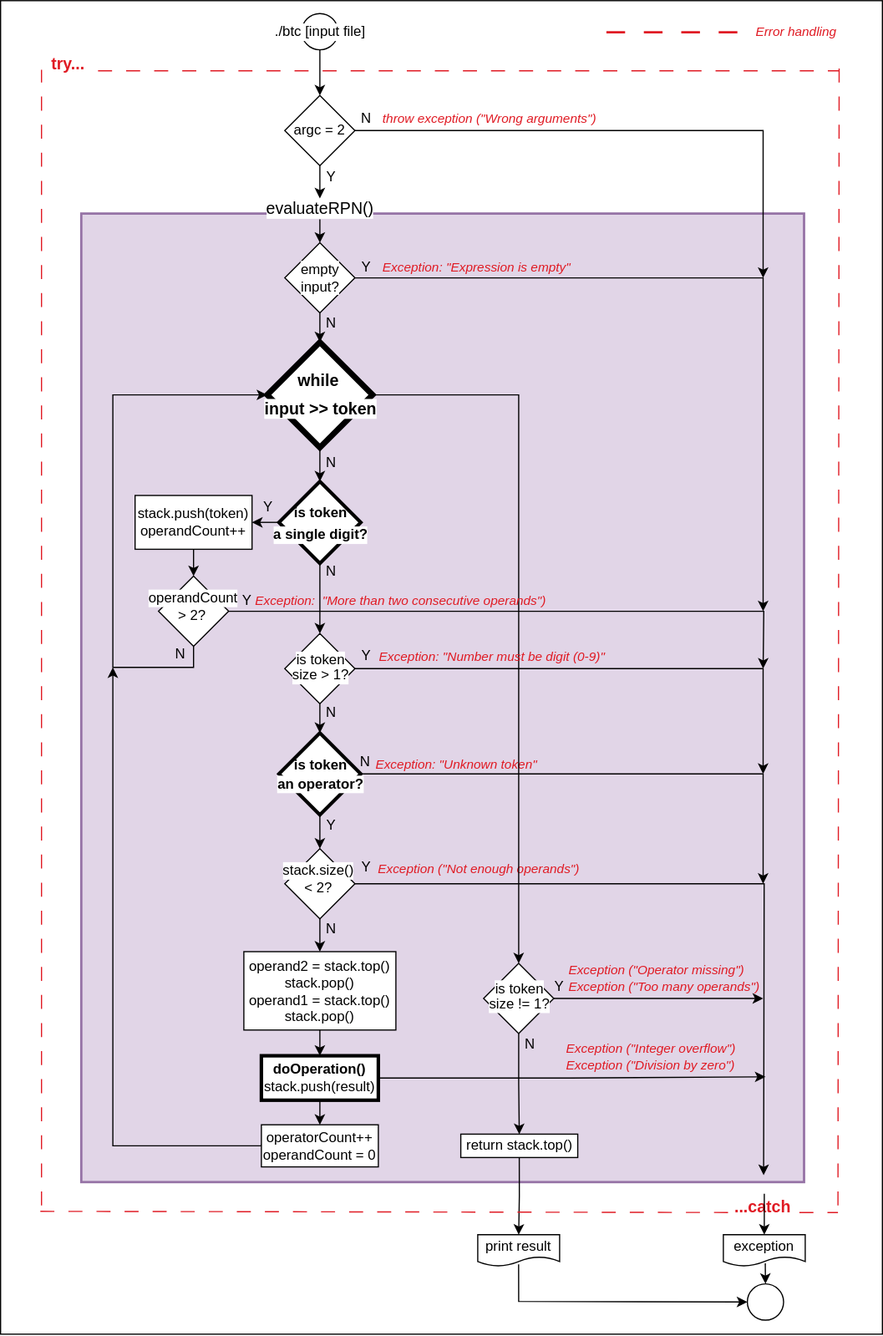
This is cpp_09/ex01/assets/RPN.svg from ccg-v/cpp_modules, a draw.io export, as it was before one commit. Source tidied: cells renumbered, new cells last; positions are measured from the earlier drawing's top-left corner, leaving out a move shared by most shapes.
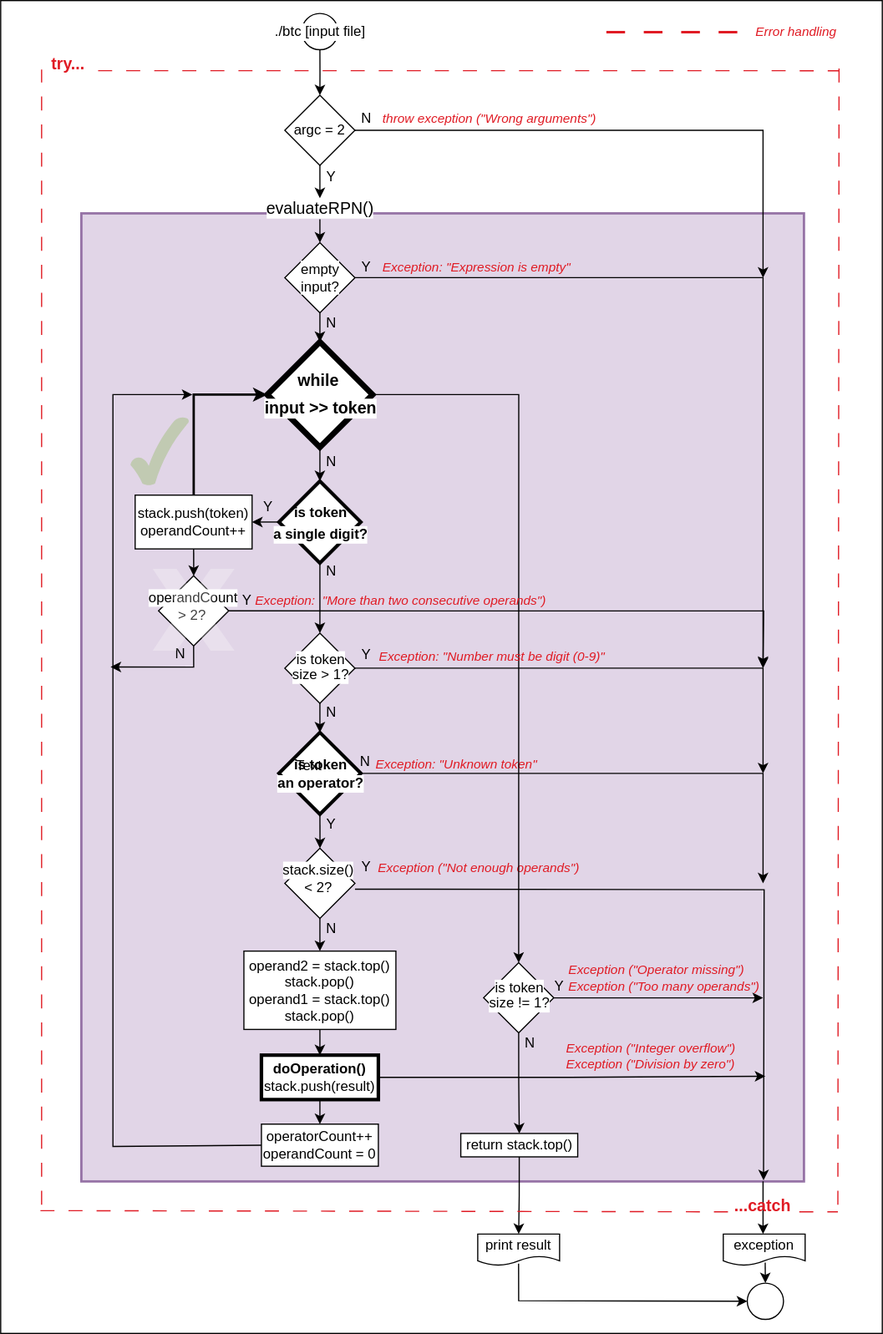
After the commit.

Commit message:
Logic modified to accept more than two consecutive operands

Change to the diagram source:
```diff
@@ -5,6 +5,12 @@
     <mxCell id="2" value="Text" style="text;strokeColor=none;align=center;fillColor=none;html=1;verticalAlign=middle;whiteSpace=wrap;rounded=0;" parent="1" vertex="1">
       <mxGeometry x="234" y="640" width="60" height="30" as="geometry" />
     </mxCell>
+    <mxCell id="107" style="verticalLabelPosition=bottom;verticalAlign=top;html=1;shape=mxgraph.basic.x;" parent="1" vertex="1">
+      <mxGeometry x="144" y="530" width="100" height="100" as="geometry" />
+    </mxCell>
+    <mxCell id="108" style="verticalLabelPosition=bottom;verticalAlign=top;html=1;shape=mxgraph.basic.x;" parent="1" vertex="1">
+      <mxGeometry x="134" y="530" width="110" height="120" as="geometry" />
+    </mxCell>
     <mxCell id="3" value="Rectangulos" parent="0" />
     <mxCell id="4" style="rounded=0;whiteSpace=wrap;html=1;" parent="3" vertex="1">
       <mxGeometry width="754" height="1140" as="geometry" />
@@ -22,12 +28,18 @@
       <mxGeometry x="69" y="182" width="618" height="828" as="geometry" />
     </mxCell>
     <mxCell id="9" value="Todo&#10;Todo" parent="0" />
+    <mxCell id="68" style="endArrow=classic;html=1;rounded=0;entryX=0.5;entryY=0;entryDx=0;entryDy=0;exitX=0.945;exitY=1;exitDx=0;exitDy=0;exitPerimeter=0;" parent="9" edge="1">
+      <mxGeometry relative="1" as="geometry">
+        <mxPoint x="652" y="1010" as="sourcePoint" />
+        <mxPoint x="652" y="1055" as="targetPoint" />
+      </mxGeometry>
+    </mxCell>
     <mxCell id="10" value="argc = 2" style="rhombus;whiteSpace=wrap;html=1;" parent="9" vertex="1">
       <mxGeometry x="243" y="81" width="60" height="60" as="geometry" />
     </mxCell>
     <mxCell id="11" style="edgeStyle=orthogonalEdgeStyle;rounded=0;jettySize=auto;html=1;exitX=1;exitY=0.5;exitDx=0;exitDy=0;" parent="9" edge="1" source="43">
       <mxGeometry relative="1" as="geometry">
-        <mxPoint x="652" y="522" as="targetPoint" />
+        <mxPoint x="652" y="570" as="targetPoint" />
         <Array as="points">
           <mxPoint x="652" y="237" />
         </Array>
@@ -48,12 +60,11 @@
     <mxCell id="16" style="edgeStyle=orthogonalEdgeStyle;rounded=0;jettySize=auto;html=1;exitX=0.5;exitY=1;exitDx=0;exitDy=0;entryX=0.5;entryY=0;entryDx=0;entryDy=0;endArrow=classic;endFill=1;" parent="9" edge="1" source="19" target="48">
       <mxGeometry relative="1" as="geometry" />
     </mxCell>
-    <mxCell id="17" style="edgeStyle=orthogonalEdgeStyle;rounded=0;jettySize=auto;html=1;exitX=0.5;exitY=1;exitDx=0;exitDy=0;entryX=0;entryY=0.5;entryDx=0;entryDy=0;" parent="9" edge="1" source="54" target="40">
+    <mxCell id="17" style="edgeStyle=orthogonalEdgeStyle;rounded=0;jettySize=auto;html=1;exitX=0.5;exitY=1;exitDx=0;exitDy=0;strokeColor=light-dark(#000000,#FF0000);" parent="9" edge="1" source="54">
       <mxGeometry relative="1" as="geometry">
+        <mxPoint x="94" y="570" as="targetPoint" />
         <Array as="points">
           <mxPoint x="165" y="570" />
-          <mxPoint x="96" y="570" />
-          <mxPoint x="96" y="337" />
         </Array>
       </mxGeometry>
     </mxCell>
@@ -69,9 +80,10 @@
     <mxCell id="21" style="rhombus;whiteSpace=wrap;html=1;labelBackgroundColor=default;strokeWidth=3;" parent="9" vertex="1">
       <mxGeometry x="238" y="626" width="70" height="70" as="geometry" />
     </mxCell>
-    <mxCell id="22" style="edgeStyle=orthogonalEdgeStyle;rounded=0;jettySize=auto;html=1;exitX=1;exitY=0.5;exitDx=0;exitDy=0;entryX=0.549;entryY=-0.03;entryDx=0;entryDy=0;entryPerimeter=0;" parent="9" edge="1" source="24">
+    <mxCell id="22" style="edgeStyle=orthogonalEdgeStyle;rounded=0;orthogonalLoop=1;jettySize=auto;html=1;exitX=1;exitY=0.5;exitDx=0;exitDy=0;entryX=0.549;entryY=-0.03;entryDx=0;entryDy=0;entryPerimeter=0;" parent="9" edge="1">
       <mxGeometry relative="1" as="geometry">
-        <mxPoint x="652.4" y="1004" as="targetPoint" />
+        <mxPoint x="303" y="760" as="sourcePoint" />
+        <mxPoint x="652.4" y="1009" as="targetPoint" />
       </mxGeometry>
     </mxCell>
     <mxCell id="23" style="edgeStyle=orthogonalEdgeStyle;rounded=0;jettySize=auto;html=1;exitX=0.5;exitY=1;exitDx=0;exitDy=0;entryX=0.5;entryY=0;entryDx=0;entryDy=0;" parent="9" edge="1" source="24" target="30">
@@ -110,12 +122,12 @@
     <mxCell id="34" value="&amp;nbsp; try...&amp;nbsp; " style="text;strokeColor=none;align=center;fillColor=none;html=1;verticalAlign=middle;whiteSpace=wrap;rounded=0;fontStyle=1;fontSize=14;labelBackgroundColor=none;spacingLeft=0;spacing=2;fontColor=#E01B24;fontFamily=Helvetica;" parent="9" vertex="1">
       <mxGeometry x="31" y="44" width="50" height="20" as="geometry" />
     </mxCell>
+    <mxCell id="36" style="ellipse;whiteSpace=wrap;html=1;" parent="9" vertex="1">
+      <mxGeometry x="638.5" y="1097" width="31" height="31" as="geometry" />
+    </mxCell>
     <mxCell id="35" value="&amp;nbsp; ...catch&amp;nbsp; " style="text;strokeColor=none;align=center;fillColor=none;html=1;verticalAlign=middle;whiteSpace=wrap;rounded=0;fontStyle=1;fontSize=14;labelBackgroundColor=none;fontColor=#E01B24;" parent="9" vertex="1">
       <mxGeometry x="615" y="1021" width="70" height="20" as="geometry" />
     </mxCell>
-    <mxCell id="36" style="ellipse;whiteSpace=wrap;html=1;" parent="9" vertex="1">
-      <mxGeometry x="638.5" y="1097" width="31" height="31" as="geometry" />
-    </mxCell>
     <mxCell id="37" style="edgeStyle=orthogonalEdgeStyle;rounded=0;jettySize=auto;html=1;entryX=0.5;entryY=0;entryDx=0;entryDy=0;" parent="9" edge="1" source="38" target="10">
       <mxGeometry relative="1" as="geometry" />
     </mxCell>
@@ -177,14 +189,21 @@
         </Array>
       </mxGeometry>
     </mxCell>
-    <mxCell id="53" style="edgeStyle=orthogonalEdgeStyle;rounded=0;jettySize=auto;html=1;exitX=1;exitY=0.5;exitDx=0;exitDy=0;" parent="9" edge="1" source="54">
+    <mxCell id="53" style="edgeStyle=orthogonalEdgeStyle;rounded=0;jettySize=auto;html=1;exitX=1;exitY=0.5;exitDx=0;exitDy=0;strokeColor=light-dark(#000000,#FF0000);" parent="9" edge="1" source="54">
       <mxGeometry relative="1" as="geometry">
         <mxPoint x="652" y="571" as="targetPoint" />
       </mxGeometry>
     </mxCell>
-    <mxCell id="54" style="rhombus;whiteSpace=wrap;html=1;labelBackgroundColor=default;" parent="9" vertex="1">
+    <mxCell id="54" style="rhombus;whiteSpace=wrap;html=1;labelBackgroundColor=default;fontColor=light-dark(#000000,#FF0000);strokeColor=light-dark(#000000,#FF0000);" parent="9" vertex="1">
       <mxGeometry x="135" y="492" width="60" height="60" as="geometry" />
     </mxCell>
+    <mxCell id="109" style="edgeStyle=orthogonalEdgeStyle;rounded=0;jettySize=auto;html=1;strokeColor=light-dark(#000000,#00FF00);entryX=0;entryY=0.5;entryDx=0;entryDy=0;strokeWidth=2;" parent="9" edge="1" source="55" target="40">
+      <mxGeometry relative="1" as="geometry">
+        <Array as="points">
+          <mxPoint x="165" y="337" />
+        </Array>
+      </mxGeometry>
+    </mxCell>
     <mxCell id="55" value="&lt;div&gt;stack.push(token)&lt;/div&gt;&lt;div&gt;operandCount++&lt;br&gt;&lt;/div&gt;" style="rounded=0;whiteSpace=wrap;html=1;align=center;verticalAlign=middle;spacingLeft=0;spacing=2;fontFamily=Helvetica;fontSize=12;fontStyle=0;labelBackgroundColor=default;fillStyle=solid;" parent="9" vertex="1">
       <mxGeometry x="115" y="423" width="100" height="46" as="geometry" />
     </mxCell>
@@ -243,11 +262,6 @@
         <mxPoint x="717" y="56" as="targetPoint" />
       </mxGeometry>
     </mxCell>
-    <mxCell id="68" style="endArrow=classic;html=1;rounded=0;entryX=0.5;entryY=0;entryDx=0;entryDy=0;" parent="9" edge="1" target="26">
-      <mxGeometry relative="1" as="geometry">
-        <mxPoint x="653" y="1020" as="sourcePoint" />
-      </mxGeometry>
-    </mxCell>
     <mxCell id="69" style="edgeStyle=orthogonalEdgeStyle;rounded=0;jettySize=auto;html=1;exitX=1.023;exitY=0.5;exitDx=0;exitDy=0;exitPerimeter=0;" parent="9" edge="1" source="21">
       <mxGeometry relative="1" as="geometry">
         <mxPoint x="652" y="755" as="targetPoint" />
@@ -338,34 +352,35 @@
     <mxCell id="94" value="&lt;div&gt;doOperation()&lt;/div&gt;&lt;div&gt;&lt;span style=&quot;font-weight: normal;&quot;&gt;stack.push(result)&lt;/span&gt;&lt;/div&gt;" style="rounded=0;whiteSpace=wrap;html=1;align=center;verticalAlign=middle;spacingLeft=0;spacing=2;fontFamily=Helvetica;fontSize=12;fontStyle=1;labelBackgroundColor=default;fillStyle=solid;strokeWidth=3;" parent="75" vertex="1">
       <mxGeometry x="223" y="902" width="100" height="38" as="geometry" />
     </mxCell>
-    <mxCell id="95" style="edgeStyle=orthogonalEdgeStyle;rounded=0;jettySize=auto;html=1;exitX=0.001;exitY=0.459;exitDx=0;exitDy=0;exitPerimeter=0;" parent="75" edge="1" source="96">
+    <mxCell id="95" style="edgeStyle=orthogonalEdgeStyle;rounded=0;jettySize=auto;html=1;exitX=0;exitY=0.5;exitDx=0;exitDy=0;" parent="75" edge="1" source="96">
       <mxGeometry relative="1" as="geometry">
-        <mxPoint x="96" y="570" as="targetPoint" />
+        <mxPoint x="164" y="337" as="targetPoint" />
         <Array as="points">
-          <mxPoint x="223" y="979" />
-          <mxPoint x="96" y="979" />
+          <mxPoint x="223" y="980" />
+          <mxPoint x="96" y="980" />
+          <mxPoint x="96" y="337" />
         </Array>
       </mxGeometry>
     </mxCell>
     <mxCell id="96" value="operatorCount++&lt;br&gt;operandCount = 0" style="rounded=0;whiteSpace=wrap;html=1;align=center;verticalAlign=middle;spacingLeft=0;spacing=2;fontFamily=Helvetica;fontSize=12;fontStyle=0;labelBackgroundColor=default;fillStyle=solid;" parent="75" vertex="1">
       <mxGeometry x="223" y="961" width="100" height="36" as="geometry" />
     </mxCell>
-    <mxCell id="97" style="edgeStyle=orthogonalEdgeStyle;rounded=0;jettySize=auto;html=1;exitX=0.5;exitY=1;exitDx=0;exitDy=0;" parent="75" edge="1" source="55" target="54">
+    <mxCell id="97" style="edgeStyle=orthogonalEdgeStyle;rounded=0;jettySize=auto;html=1;exitX=0.5;exitY=1;exitDx=0;exitDy=0;strokeColor=light-dark(#000000,#FF0000);" parent="75" edge="1" source="55" target="54">
       <mxGeometry relative="1" as="geometry" />
     </mxCell>
-    <mxCell id="98" value="operandCount" style="text;strokeColor=none;align=center;fillColor=none;html=1;verticalAlign=middle;whiteSpace=wrap;rounded=0;labelBackgroundColor=default;" parent="75" vertex="1">
+    <mxCell id="98" value="operandCount" style="text;strokeColor=none;align=center;fillColor=none;html=1;verticalAlign=middle;whiteSpace=wrap;rounded=0;labelBackgroundColor=default;fontColor=light-dark(#000000,#FF0000);" parent="75" vertex="1">
       <mxGeometry x="135" y="506" width="60" height="10" as="geometry" />
     </mxCell>
-    <mxCell id="99" value="&amp;gt; 2?" style="text;strokeColor=none;align=center;fillColor=none;html=1;verticalAlign=middle;whiteSpace=wrap;rounded=0;labelBackgroundColor=default;" parent="75" vertex="1">
+    <mxCell id="99" value="&amp;gt; 2?" style="text;strokeColor=none;align=center;fillColor=none;html=1;verticalAlign=middle;whiteSpace=wrap;rounded=0;labelBackgroundColor=default;fontColor=light-dark(#000000,#FF0000);" parent="75" vertex="1">
       <mxGeometry x="122" y="521" width="84" height="10" as="geometry" />
     </mxCell>
-    <mxCell id="100" value="N" style="text;strokeColor=none;align=center;fillColor=none;html=1;verticalAlign=middle;whiteSpace=wrap;rounded=0;" parent="75" vertex="1">
+    <mxCell id="100" value="N" style="text;strokeColor=none;align=center;fillColor=none;html=1;verticalAlign=middle;whiteSpace=wrap;rounded=0;fontColor=light-dark(#000000,#FF0000);" parent="75" vertex="1">
       <mxGeometry x="144" y="549" width="20" height="20" as="geometry" />
     </mxCell>
-    <mxCell id="101" value="&lt;div&gt;Exception:&amp;nbsp; &quot;More than two consecutive operands&quot;)&lt;/div&gt;" style="text;strokeColor=none;align=left;fillColor=none;html=1;verticalAlign=middle;whiteSpace=wrap;rounded=0;fontStyle=2;fontSize=11;fontColor=#E01B24;" parent="75" vertex="1">
+    <mxCell id="101" value="&lt;div&gt;Exception:&amp;nbsp; &quot;More than two consecutive operands&quot;)&lt;/div&gt;" style="text;strokeColor=none;align=left;fillColor=none;html=1;verticalAlign=middle;whiteSpace=wrap;rounded=0;fontStyle=2;fontSize=11;fontColor=light-dark(#E01B24,#FF0000);" parent="75" vertex="1">
       <mxGeometry x="216" y="505" width="288" height="15" as="geometry" />
     </mxCell>
-    <mxCell id="102" value="Y" style="text;strokeColor=none;align=center;fillColor=none;html=1;verticalAlign=middle;whiteSpace=wrap;rounded=0;" parent="75" vertex="1">
+    <mxCell id="102" value="Y" style="text;strokeColor=none;align=center;fillColor=none;html=1;verticalAlign=middle;whiteSpace=wrap;rounded=0;fontColor=light-dark(#000000,#FF0000);" parent="75" vertex="1">
       <mxGeometry x="201" y="503" width="20" height="20" as="geometry" />
     </mxCell>
     <mxCell id="103" value="is token" style="text;strokeColor=none;align=center;fillColor=none;html=1;verticalAlign=middle;whiteSpace=wrap;rounded=0;labelBackgroundColor=default;" parent="75" vertex="1">
@@ -380,5 +395,15 @@
     <mxCell id="106" value="Y" style="text;strokeColor=none;align=center;fillColor=none;html=1;verticalAlign=middle;whiteSpace=wrap;rounded=0;" parent="75" vertex="1">
       <mxGeometry x="219" y="422.5" width="20" height="20" as="geometry" />
     </mxCell>
+    <mxCell id="110" value="x" parent="0" />
+    <mxCell id="111" value="Text" style="text;strokeColor=none;align=center;fillColor=none;html=1;verticalAlign=middle;whiteSpace=wrap;rounded=0;" parent="110" vertex="1">
+      <mxGeometry x="234" y="640" width="60" height="30" as="geometry" />
+    </mxCell>
+    <mxCell id="112" style="verticalLabelPosition=bottom;verticalAlign=top;html=1;shape=mxgraph.basic.x;strokeColor=none;fillColor=light-dark(#FFFFFF,#FF3333);opacity=25;" parent="110" vertex="1">
+      <mxGeometry x="130" y="486" width="70" height="70" as="geometry" />
+    </mxCell>
+    <mxCell id="113" style="verticalLabelPosition=bottom;verticalAlign=top;html=1;shape=mxgraph.basic.tick;fillColor=#60a917;fontColor=#ffffff;strokeColor=none;opacity=25;" parent="110" vertex="1">
+      <mxGeometry x="111" y="356" width="50" height="58.8" as="geometry" />
+    </mxCell>
   </root>
 </mxGraphModel>
```
